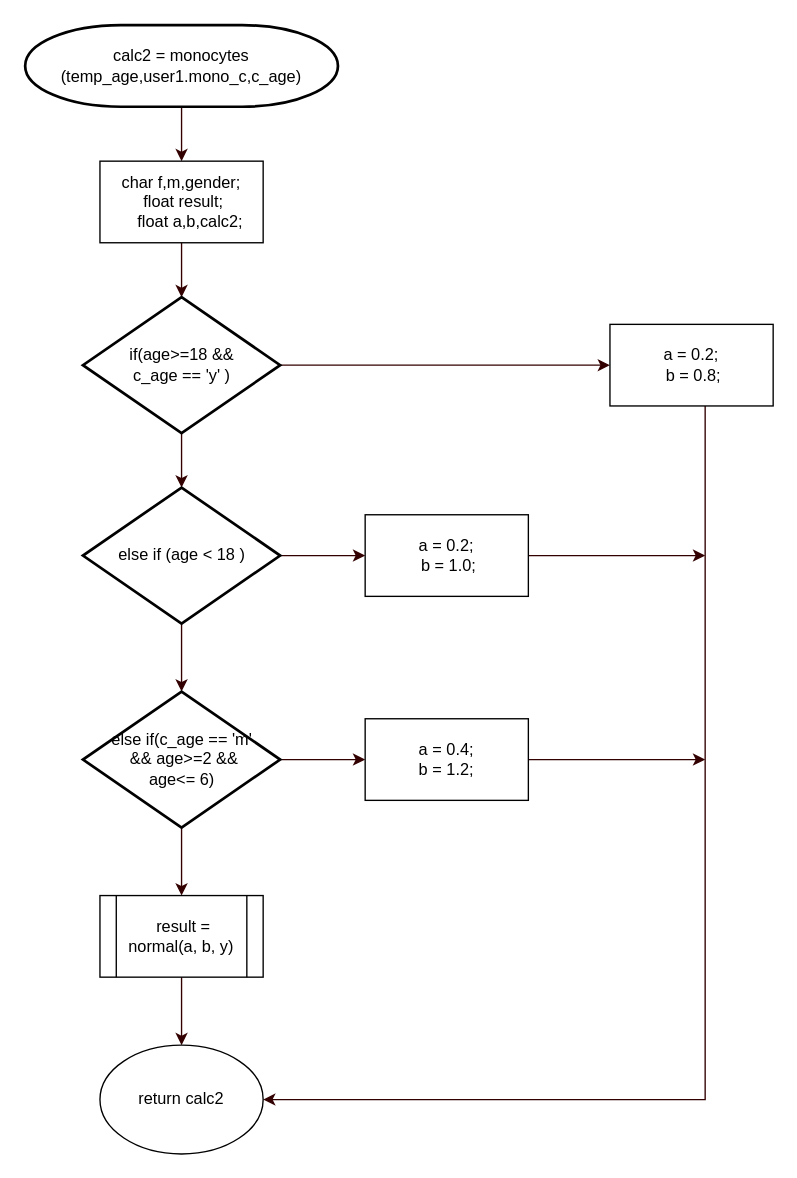
The draw.io diagram page "calc2" (4 of 17) of Untitled Diagram.drawio in osamu296/anemia-risk-detector-cdio, before the edit. Source tidied: cells renumbered, new cells numbered last; positions are measured from the earlier drawing's top-left corner, leaving out a move shared by most shapes. Both pictures are drawn from the tidied source at 136%, with x=0, y=0 at pixel (24, 24).
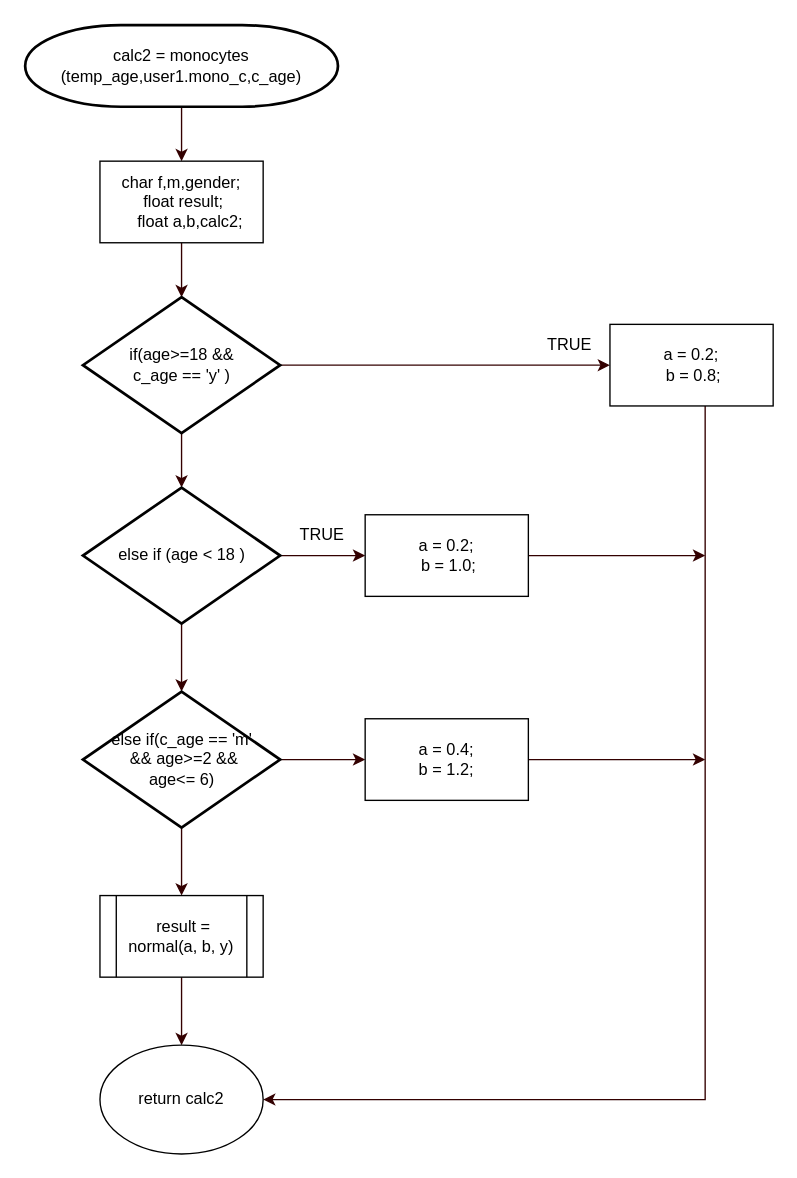
The same page after the edit.

The edit, as a diff of the source:
```diff
@@
+    <mxCell id="24" value="TRUE" style="text;html=1;align=center;verticalAlign=middle;strokeColor=none;fillColor=none;fontSize=12;fontFamily=Helvetica;fontColor=default;" parent="1" vertex="1">
+      <mxGeometry x="370" y="220" width="60" height="30" as="geometry" />
+    </mxCell>
+    <mxCell id="25" value="TRUE" style="text;html=1;align=center;verticalAlign=middle;strokeColor=none;fillColor=none;fontSize=12;fontFamily=Helvetica;fontColor=default;" parent="1" vertex="1">
+      <mxGeometry x="187.5" y="360" width="60" height="30" as="geometry" />
+    </mxCell>
```
